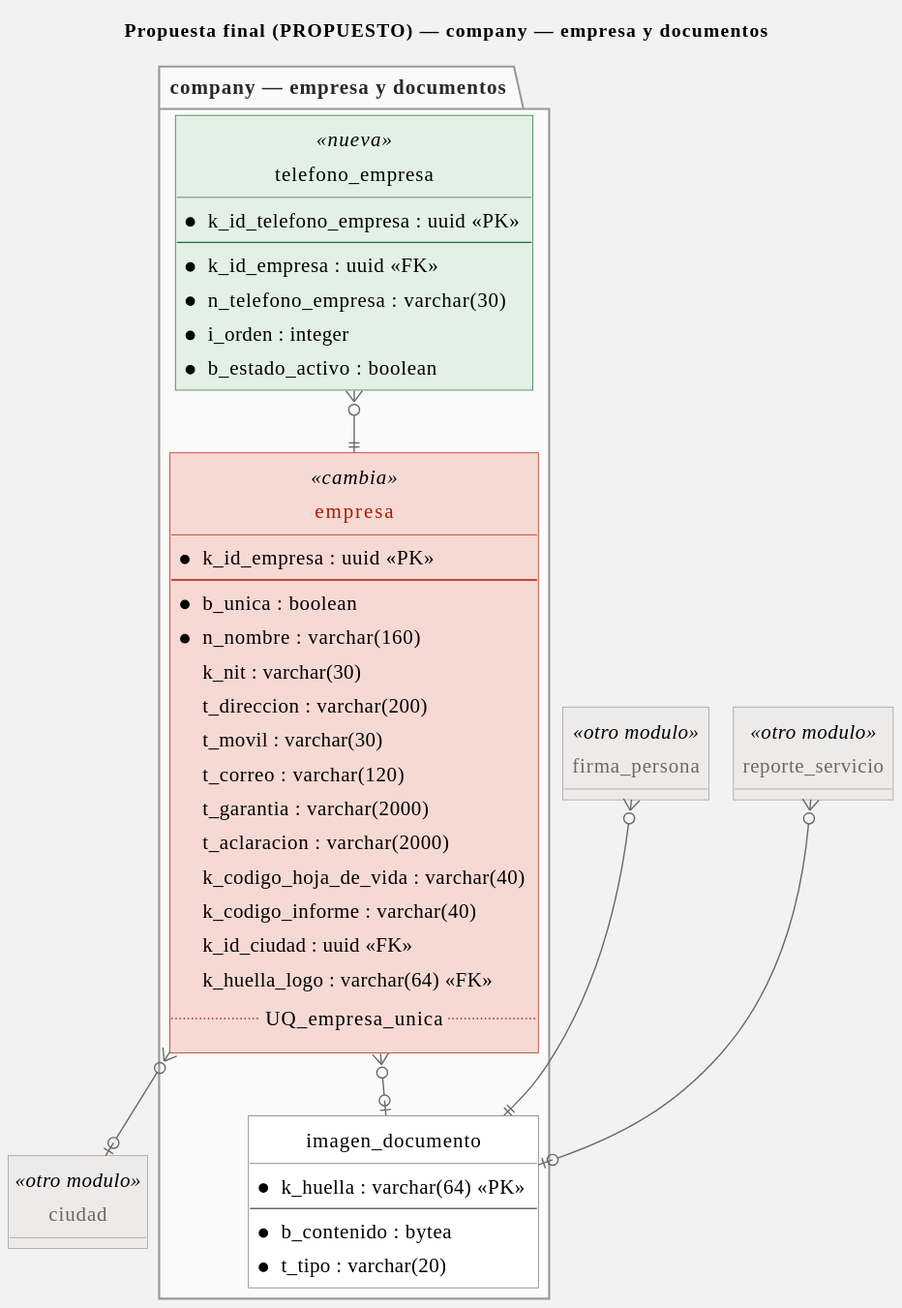
Above: Documentation/DatabaseDesign/refactor-3fn/2-final/modulos/company.svg in SeanBol222/MalphasOs (PlantUML), before the change. The source it was exported from:
```plantuml
@startuml
!pragma layout smetana
skinparam backgroundColor #F3F2F2
skinparam defaultFontName Archivo
skinparam shadowing false
skinparam linetype ortho
skinparam roundCorner 0
skinparam class {
  BackgroundColor #FFFFFF
  BorderColor #6B6866
  ArrowColor #6B6866
  HeaderBackgroundColor #FFFFFF
}
skinparam package {
  BackgroundColor #FBFAFA
  BorderColor #9A9795
  FontColor #2B2928
}
skinparam class<<retirada>> {
  BackgroundColor #F6D9D3
  BorderColor #AE1800
  HeaderBackgroundColor #F6D9D3
  FontColor #AE1800
}
skinparam class<<cambia>> {
  BackgroundColor #F6D9D3
  BorderColor #AE1800
  HeaderBackgroundColor #F6D9D3
  FontColor #AE1800
}
skinparam class<<nueva>> {
  BackgroundColor #E3F0E6
  BorderColor #1F6B35
  HeaderBackgroundColor #E3F0E6
}
hide circle
hide methods

skinparam nodesep 70
skinparam ranksep 90
skinparam padding 4
skinparam defaultFontSize 15

title Propuesta final (PROPUESTO) — company — empresa y documentos

package "company — empresa y documentos" {
entity "empresa" as empresa <<cambia>> {
  * k_id_empresa : uuid <<PK>>
  --
  * b_unica : boolean
  * n_nombre : varchar(160)
  k_nit : varchar(30)
  t_direccion : varchar(200)
  t_movil : varchar(30)
  t_correo : varchar(120)
  t_garantia : varchar(2000)
  t_aclaracion : varchar(2000)
  k_codigo_hoja_de_vida : varchar(40)
  k_codigo_informe : varchar(40)
  k_id_ciudad : uuid <<FK>>
  k_huella_logo : varchar(64) <<FK>>
  .. UQ_empresa_unica ..
}
entity "telefono_empresa" as telefono_empresa <<nueva>> {
  * k_id_telefono_empresa : uuid <<PK>>
  --
  * k_id_empresa : uuid <<FK>>
  * n_telefono_empresa : varchar(30)
  * i_orden : integer
  * b_estado_activo : boolean
}
entity "imagen_documento" as imagen_documento {
  * k_huella : varchar(64) <<PK>>
  --
  * b_contenido : bytea
  * t_tipo : varchar(20)
}
}
entity "ciudad" as ciudad <<otro modulo>> {
}
entity "firma_persona" as firma_persona <<otro modulo>> {
}
entity "reporte_servicio" as reporte_servicio <<otro modulo>> {
}
reporte_servicio }o--o| imagen_documento
empresa }o--o| ciudad
empresa }o--o| imagen_documento
telefono_empresa }o--|| empresa
firma_persona }o--|| imagen_documento
skinparam class<<otro modulo>> {
  BackgroundColor #EDEBEA
  BorderColor #9A9795
  FontColor #6B6866
}
@enduml
```
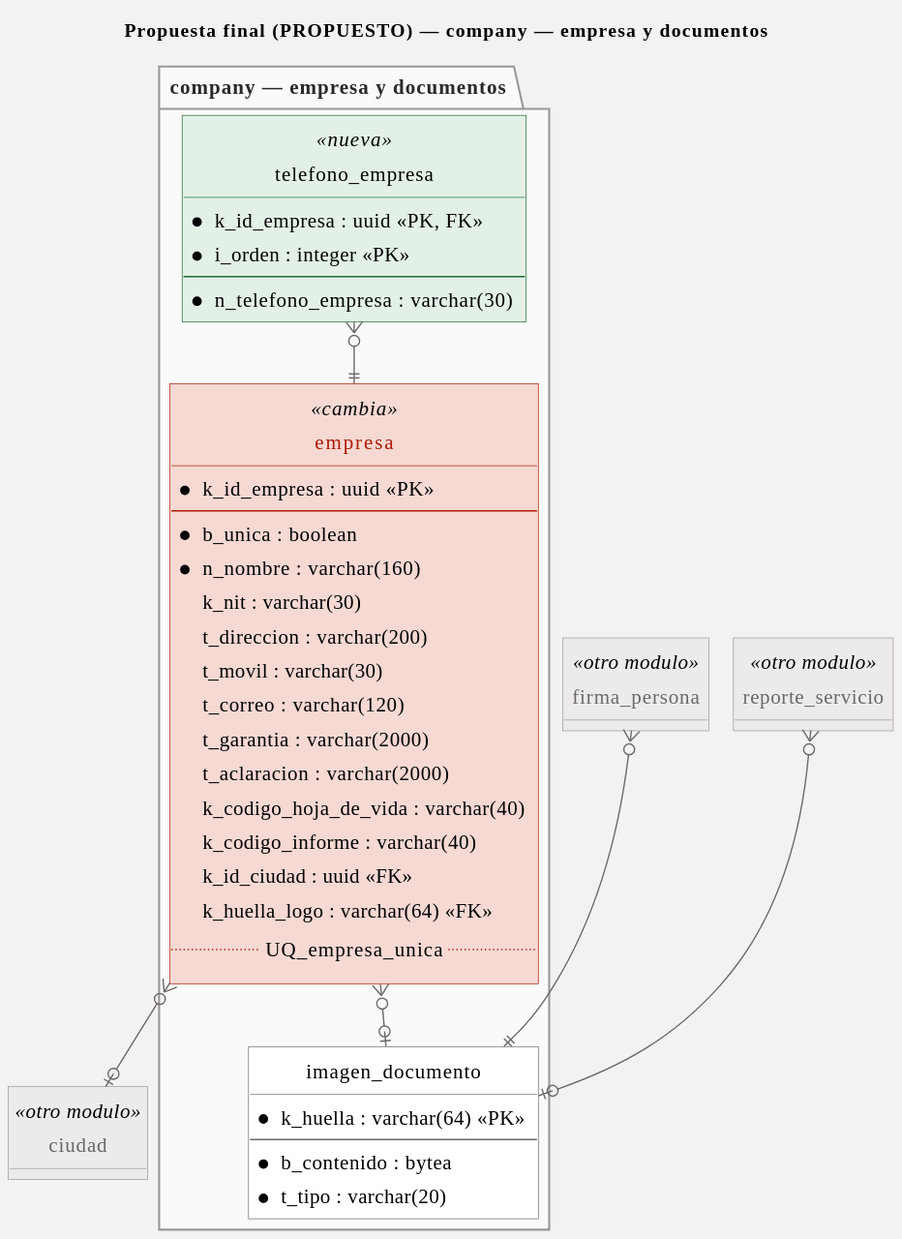
The same diagram one commit later.

What changed in the source:
```diff
@@ -62,12 +62,10 @@
   .. UQ_empresa_unica ..
 }
 entity "telefono_empresa" as telefono_empresa <<nueva>> {
-  * k_id_telefono_empresa : uuid <<PK>>
+  * k_id_empresa : uuid <<PK, FK>>
+  * i_orden : integer <<PK>>
   --
-  * k_id_empresa : uuid <<FK>>
   * n_telefono_empresa : varchar(30)
-  * i_orden : integer
-  * b_estado_activo : boolean
 }
 entity "imagen_documento" as imagen_documento {
   * k_huella : varchar(64) <<PK>>
```
